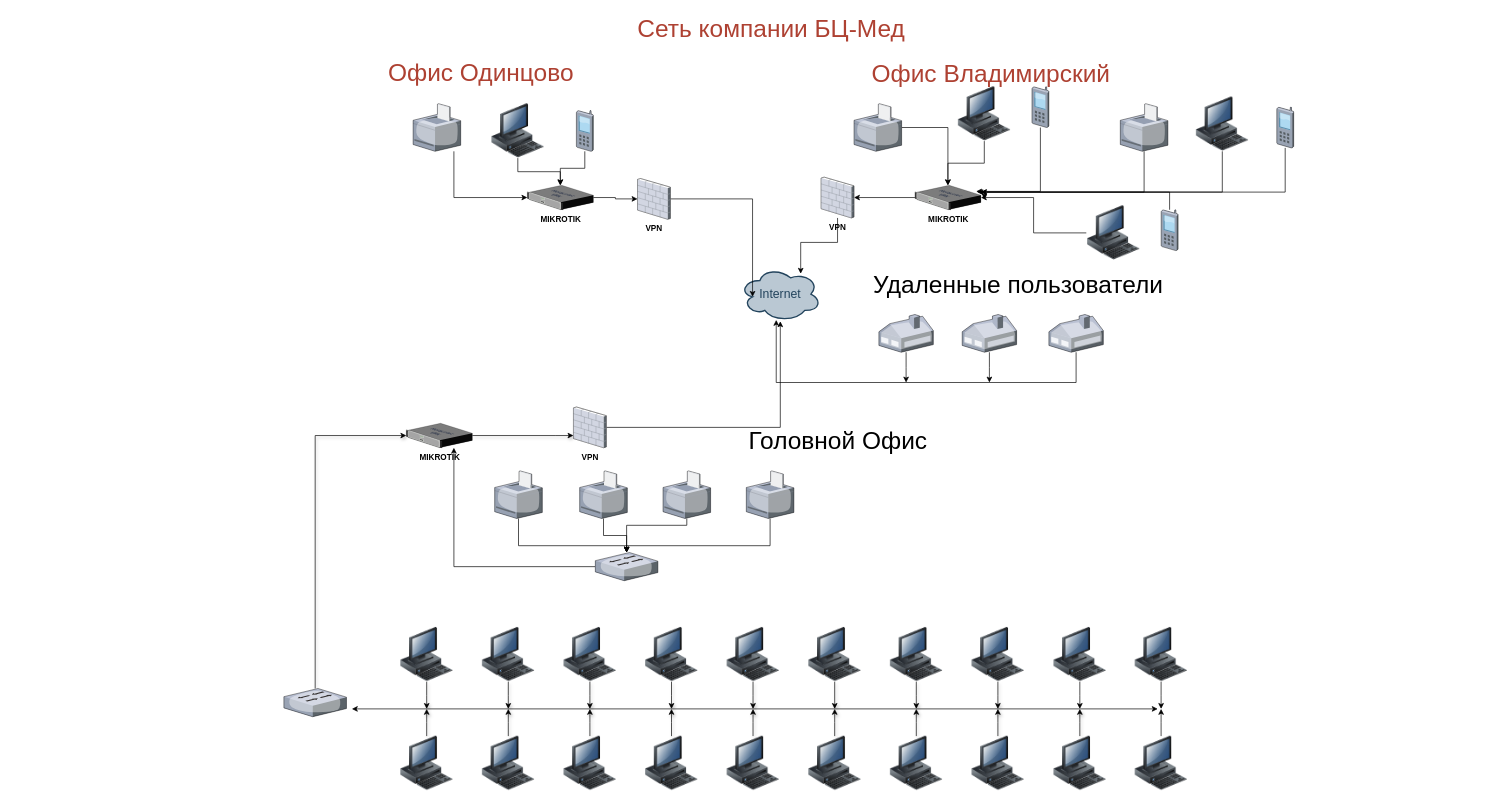
The draw.io diagram Untitled Diagram.drawio in bad-us/Vadim, before the edit. Source tidied: cells renumbered, new cells numbered last; positions are measured from the earlier drawing's top-left corner, leaving out a move shared by most shapes. Both pictures are drawn from the tidied source at 68%, with x=0, y=0 at pixel (12, 12).
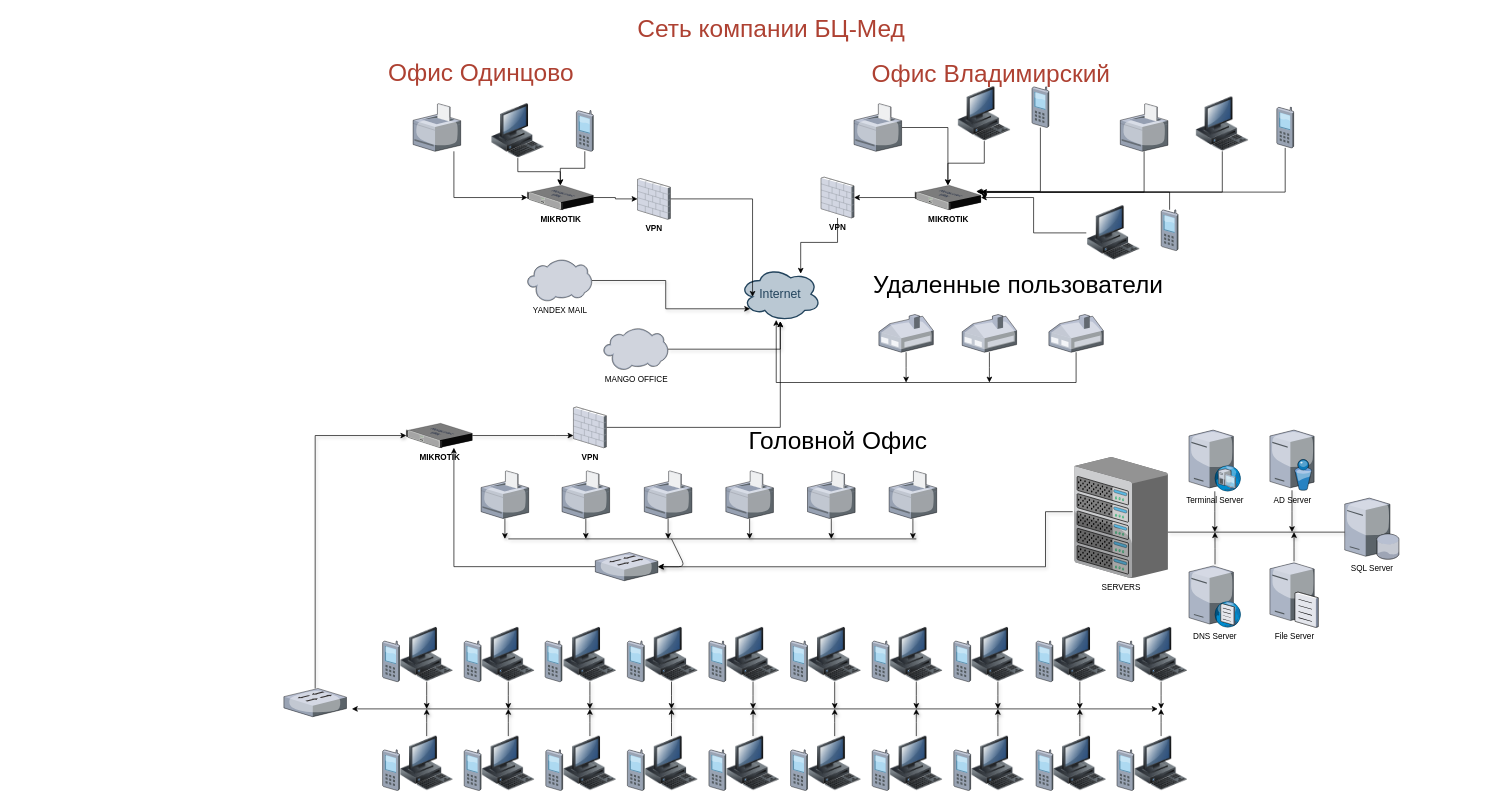
Above is the later version.

Unchanged cells that the change refers to:
```xml
<mxCell id="2" value="Internet" style="ellipse;shape=cloud;whiteSpace=wrap;html=1;shadow=0;strokeColor=#23445D;fillColor=#BAC8D3;gradientColor=none;fontSize=18;fontColor=#23445D;gradientDirection=north;fontStyle=0;strokeWidth=2;" parent="1" vertex="1">
  <mxGeometry x="1070" y="375" width="120" height="80" as="geometry" />
</mxCell>
<mxCell id="57" style="verticalLabelPosition=bottom;html=1;verticalAlign=top;strokeColor=none;align=center;outlineConnect=0;shape=mxgraph.citrix.switch;" parent="1" vertex="1">
  <mxGeometry x="858" y="795" width="92" height="41.5" as="geometry" />
</mxCell>
```

The edit, as a diff of the source:
```diff
@@
-    <mxCell id="41" style="edgeStyle=orthogonalEdgeStyle;rounded=0;jettySize=auto;html=1;" parent="1" edge="1" source="42" target="57">
-      <mxGeometry relative="1" as="geometry">
-        <Array as="points">
-          <mxPoint x="745" y="785" />
-          <mxPoint x="904" y="785" />
-        </Array>
-      </mxGeometry>
-    </mxCell>
+    <mxCell id="102" style="edgeStyle=orthogonalEdgeStyle;rounded=0;jettySize=auto;html=1;shadow=1;" parent="1" edge="1" source="42">
+      <mxGeometry relative="1" as="geometry">
+        <mxPoint x="725" y="775" as="targetPoint" />
+      </mxGeometry>
+    </mxCell>
     <mxCell id="42" style="verticalLabelPosition=bottom;html=1;verticalAlign=top;strokeColor=none;align=center;outlineConnect=0;shape=mxgraph.citrix.printer;" parent="1" vertex="1">
-      <mxGeometry x="710" y="675" width="70" height="70" as="geometry" />
+      <mxGeometry x="690" y="675" width="70" height="70" as="geometry" />
     </mxCell>
-    <mxCell id="43" style="edgeStyle=orthogonalEdgeStyle;rounded=0;jettySize=auto;html=1;" parent="1" edge="1" source="44" target="57">
-      <mxGeometry relative="1" as="geometry" />
-    </mxCell>
+    <mxCell id="103" style="edgeStyle=orthogonalEdgeStyle;rounded=0;jettySize=auto;html=1;shadow=1;" parent="1" edge="1" source="44">
+      <mxGeometry relative="1" as="geometry">
+        <mxPoint x="844" y="775" as="targetPoint" />
+      </mxGeometry>
+    </mxCell>
     <mxCell id="44" style="verticalLabelPosition=bottom;html=1;verticalAlign=top;strokeColor=none;align=center;outlineConnect=0;shape=mxgraph.citrix.printer;" parent="1" vertex="1">
-      <mxGeometry x="835" y="675" width="70" height="70" as="geometry" />
+      <mxGeometry x="809" y="675" width="70" height="70" as="geometry" />
     </mxCell>
-    <mxCell id="45" style="edgeStyle=orthogonalEdgeStyle;rounded=0;jettySize=auto;html=1;" parent="1" edge="1" source="46" target="57">
-      <mxGeometry relative="1" as="geometry">
-        <Array as="points">
-          <mxPoint x="993" y="755" />
-          <mxPoint x="904" y="755" />
-        </Array>
-      </mxGeometry>
-    </mxCell>
+    <mxCell id="104" style="edgeStyle=orthogonalEdgeStyle;rounded=0;jettySize=auto;html=1;shadow=1;" parent="1" edge="1" source="46">
+      <mxGeometry relative="1" as="geometry">
+        <mxPoint x="965" y="775" as="targetPoint" />
+      </mxGeometry>
+    </mxCell>
     <mxCell id="46" style="verticalLabelPosition=bottom;html=1;verticalAlign=top;strokeColor=none;align=center;outlineConnect=0;shape=mxgraph.citrix.printer;" parent="1" vertex="1">
-      <mxGeometry x="957.5" y="675" width="70" height="70" as="geometry" />
+      <mxGeometry x="930" y="675" width="70" height="70" as="geometry" />
     </mxCell>
-    <mxCell id="47" style="edgeStyle=orthogonalEdgeStyle;rounded=0;jettySize=auto;html=1;" parent="1" edge="1" source="48" target="57">
-      <mxGeometry relative="1" as="geometry">
-        <Array as="points">
-          <mxPoint x="1115" y="785" />
-          <mxPoint x="904" y="785" />
-        </Array>
-      </mxGeometry>
-    </mxCell>
+    <mxCell id="105" style="edgeStyle=orthogonalEdgeStyle;rounded=0;jettySize=auto;html=1;shadow=1;" parent="1" edge="1" source="48">
+      <mxGeometry relative="1" as="geometry">
+        <mxPoint x="1084.9" y="775" as="targetPoint" />
+      </mxGeometry>
+    </mxCell>
     <mxCell id="48" style="verticalLabelPosition=bottom;html=1;verticalAlign=top;strokeColor=none;align=center;outlineConnect=0;shape=mxgraph.citrix.printer;" parent="1" vertex="1">
-      <mxGeometry x="1080" y="675" width="70" height="70" as="geometry" />
+      <mxGeometry x="1049.9" y="675" width="70" height="70" as="geometry" />
     </mxCell>
@@
+    <mxCell id="106" style="verticalLabelPosition=bottom;html=1;verticalAlign=top;strokeColor=none;align=center;shape=mxgraph.citrix.cell_phone;" parent="1" vertex="1">
+      <mxGeometry x="1145" y="925" width="25" height="60" as="geometry" />
+    </mxCell>
+    <mxCell id="107" style="verticalLabelPosition=bottom;html=1;verticalAlign=top;strokeColor=none;align=center;shape=mxgraph.citrix.cell_phone;" parent="1" vertex="1">
+      <mxGeometry x="545" y="925" width="25" height="60" as="geometry" />
+    </mxCell>
+    <mxCell id="108" style="verticalLabelPosition=bottom;html=1;verticalAlign=top;strokeColor=none;align=center;shape=mxgraph.citrix.cell_phone;" parent="1" vertex="1">
+      <mxGeometry x="545" y="1085" width="25" height="60" as="geometry" />
+    </mxCell>
+    <mxCell id="109" style="verticalLabelPosition=bottom;html=1;verticalAlign=top;strokeColor=none;align=center;shape=mxgraph.citrix.cell_phone;" parent="1" vertex="1">
+      <mxGeometry x="665" y="925" width="25" height="60" as="geometry" />
+    </mxCell>
+    <mxCell id="110" style="verticalLabelPosition=bottom;html=1;verticalAlign=top;strokeColor=none;align=center;shape=mxgraph.citrix.cell_phone;" parent="1" vertex="1">
+      <mxGeometry x="784" y="925" width="25" height="60" as="geometry" />
+    </mxCell>
+    <mxCell id="111" style="verticalLabelPosition=bottom;html=1;verticalAlign=top;strokeColor=none;align=center;shape=mxgraph.citrix.cell_phone;" parent="1" vertex="1">
+      <mxGeometry x="905" y="925" width="25" height="60" as="geometry" />
+    </mxCell>
+    <mxCell id="112" style="verticalLabelPosition=bottom;html=1;verticalAlign=top;strokeColor=none;align=center;shape=mxgraph.citrix.cell_phone;" parent="1" vertex="1">
+      <mxGeometry x="1024.9" y="925" width="25" height="60" as="geometry" />
+    </mxCell>
+    <mxCell id="113" style="verticalLabelPosition=bottom;html=1;verticalAlign=top;strokeColor=none;align=center;shape=mxgraph.citrix.cell_phone;" parent="1" vertex="1">
+      <mxGeometry x="665" y="1085" width="25" height="60" as="geometry" />
+    </mxCell>
+    <mxCell id="114" style="verticalLabelPosition=bottom;html=1;verticalAlign=top;strokeColor=none;align=center;shape=mxgraph.citrix.cell_phone;" parent="1" vertex="1">
+      <mxGeometry x="785" y="1085" width="25" height="60" as="geometry" />
+    </mxCell>
+    <mxCell id="115" style="verticalLabelPosition=bottom;html=1;verticalAlign=top;strokeColor=none;align=center;shape=mxgraph.citrix.cell_phone;" parent="1" vertex="1">
+      <mxGeometry x="905" y="1085" width="25" height="60" as="geometry" />
+    </mxCell>
+    <mxCell id="116" style="verticalLabelPosition=bottom;html=1;verticalAlign=top;strokeColor=none;align=center;shape=mxgraph.citrix.cell_phone;" parent="1" vertex="1">
+      <mxGeometry x="1024.9" y="1085" width="25" height="60" as="geometry" />
+    </mxCell>
+    <mxCell id="117" style="verticalLabelPosition=bottom;html=1;verticalAlign=top;strokeColor=none;align=center;shape=mxgraph.citrix.cell_phone;" parent="1" vertex="1">
+      <mxGeometry x="1145" y="1085" width="25" height="60" as="geometry" />
+    </mxCell>
+    <mxCell id="118" style="verticalLabelPosition=bottom;html=1;verticalAlign=top;strokeColor=none;align=center;shape=mxgraph.citrix.cell_phone;" parent="1" vertex="1">
+      <mxGeometry x="1265" y="925" width="25" height="60" as="geometry" />
+    </mxCell>
+    <mxCell id="119" style="verticalLabelPosition=bottom;html=1;verticalAlign=top;strokeColor=none;align=center;shape=mxgraph.citrix.cell_phone;" parent="1" vertex="1">
+      <mxGeometry x="1265" y="1085" width="25" height="60" as="geometry" />
+    </mxCell>
+    <mxCell id="120" style="verticalLabelPosition=bottom;html=1;verticalAlign=top;strokeColor=none;align=center;shape=mxgraph.citrix.cell_phone;" parent="1" vertex="1">
+      <mxGeometry x="1385" y="925" width="25" height="60" as="geometry" />
+    </mxCell>
+    <mxCell id="121" style="verticalLabelPosition=bottom;html=1;verticalAlign=top;strokeColor=none;align=center;shape=mxgraph.citrix.cell_phone;" parent="1" vertex="1">
+      <mxGeometry x="1385" y="1085" width="25" height="60" as="geometry" />
+    </mxCell>
+    <mxCell id="122" style="verticalLabelPosition=bottom;html=1;verticalAlign=top;strokeColor=none;align=center;shape=mxgraph.citrix.cell_phone;" parent="1" vertex="1">
+      <mxGeometry x="1506" y="925" width="25" height="60" as="geometry" />
+    </mxCell>
+    <mxCell id="123" style="verticalLabelPosition=bottom;html=1;verticalAlign=top;strokeColor=none;align=center;shape=mxgraph.citrix.cell_phone;" parent="1" vertex="1">
+      <mxGeometry x="1506" y="1085" width="25" height="60" as="geometry" />
+    </mxCell>
+    <mxCell id="124" style="verticalLabelPosition=bottom;html=1;verticalAlign=top;strokeColor=none;align=center;shape=mxgraph.citrix.cell_phone;" parent="1" vertex="1">
+      <mxGeometry x="1625" y="925" width="25" height="60" as="geometry" />
+    </mxCell>
+    <mxCell id="125" style="verticalLabelPosition=bottom;html=1;verticalAlign=top;strokeColor=none;align=center;shape=mxgraph.citrix.cell_phone;" parent="1" vertex="1">
+      <mxGeometry x="1625" y="1085" width="25" height="60" as="geometry" />
+    </mxCell>
+    <mxCell id="126" style="edgeStyle=orthogonalEdgeStyle;rounded=0;jettySize=auto;html=1;shadow=1;" parent="1" edge="1" source="127">
+      <mxGeometry relative="1" as="geometry">
+        <mxPoint x="1205" y="775" as="targetPoint" />
+      </mxGeometry>
+    </mxCell>
+    <mxCell id="127" style="verticalLabelPosition=bottom;html=1;verticalAlign=top;strokeColor=none;align=center;outlineConnect=0;shape=mxgraph.citrix.printer;" parent="1" vertex="1">
+      <mxGeometry x="1170" y="675" width="70" height="70" as="geometry" />
+    </mxCell>
+    <mxCell id="128" style="edgeStyle=orthogonalEdgeStyle;rounded=0;jettySize=auto;html=1;shadow=1;" parent="1" edge="1" source="129">
+      <mxGeometry relative="1" as="geometry">
+        <mxPoint x="1325" y="775" as="targetPoint" />
+      </mxGeometry>
+    </mxCell>
+    <mxCell id="129" style="verticalLabelPosition=bottom;html=1;verticalAlign=top;strokeColor=none;align=center;outlineConnect=0;shape=mxgraph.citrix.printer;" parent="1" vertex="1">
+      <mxGeometry x="1290" y="675" width="70" height="70" as="geometry" />
+    </mxCell>
+    <mxCell id="130" style="endArrow=none;html=1;shadow=1;" parent="1" edge="1">
+      <mxGeometry relative="1" as="geometry">
+        <mxPoint x="730" y="775" as="sourcePoint" />
+        <mxPoint x="1330" y="775" as="targetPoint" />
+      </mxGeometry>
+    </mxCell>
+    <mxCell id="131" style="endArrow=classic;html=1;shadow=1;" parent="1" edge="1" target="57">
+      <mxGeometry relative="1" as="geometry">
+        <mxPoint x="970" y="775" as="sourcePoint" />
+        <Array as="points">
+          <mxPoint x="990" y="816" />
+        </Array>
+      </mxGeometry>
+    </mxCell>
+    <mxCell id="132" style="edgeStyle=orthogonalEdgeStyle;rounded=0;jettySize=auto;html=1;shadow=1;" parent="1" edge="1" target="57">
+      <mxGeometry relative="1" as="geometry">
+        <mxPoint x="1560" y="735" as="sourcePoint" />
+        <Array as="points">
+          <mxPoint x="1520" y="816" />
+        </Array>
+      </mxGeometry>
+    </mxCell>
+    <mxCell id="133" value="SERVERS" style="verticalLabelPosition=bottom;html=1;verticalAlign=top;strokeColor=none;align=center;outlineConnect=0;shape=mxgraph.citrix.chassis;" parent="1" vertex="1">
+      <mxGeometry x="1562.5" y="655" width="137.5" height="177.5" as="geometry" />
+    </mxCell>
+    <mxCell id="134" style="edgeStyle=orthogonalEdgeStyle;rounded=0;jettySize=auto;html=1;shadow=1;" parent="1" edge="1" source="135">
+      <mxGeometry relative="1" as="geometry">
+        <mxPoint x="1769" y="765" as="targetPoint" />
+      </mxGeometry>
+    </mxCell>
+    <mxCell id="135" value="&lt;div&gt;Terminal Server&lt;/div&gt;" style="verticalLabelPosition=bottom;html=1;verticalAlign=top;strokeColor=none;align=center;outlineConnect=0;shape=mxgraph.citrix.dhcp_server;" parent="1" vertex="1">
+      <mxGeometry x="1731" y="615" width="76" height="90" as="geometry" />
+    </mxCell>
+    <mxCell id="136" style="edgeStyle=orthogonalEdgeStyle;rounded=0;jettySize=auto;html=1;shadow=1;" parent="1" edge="1" source="137">
+      <mxGeometry relative="1" as="geometry">
+        <mxPoint x="1882.5" y="765" as="targetPoint" />
+      </mxGeometry>
+    </mxCell>
+    <mxCell id="137" value="AD Server" style="verticalLabelPosition=bottom;html=1;verticalAlign=top;strokeColor=none;align=center;outlineConnect=0;shape=mxgraph.citrix.directory_server;" parent="1" vertex="1">
+      <mxGeometry x="1850" y="615" width="65" height="88.5" as="geometry" />
+    </mxCell>
+    <mxCell id="138" style="edgeStyle=orthogonalEdgeStyle;rounded=0;jettySize=auto;html=1;shadow=1;" parent="1" edge="1" source="139">
+      <mxGeometry relative="1" as="geometry">
+        <mxPoint x="1769.2" y="765" as="targetPoint" />
+      </mxGeometry>
+    </mxCell>
+    <mxCell id="139" value="&lt;div&gt;DNS Server&lt;/div&gt;" style="verticalLabelPosition=bottom;html=1;verticalAlign=top;strokeColor=none;align=center;outlineConnect=0;shape=mxgraph.citrix.dns_server;" parent="1" vertex="1">
+      <mxGeometry x="1731" y="812.5" width="76.5" height="92.5" as="geometry" />
+    </mxCell>
+    <mxCell id="140" style="edgeStyle=orthogonalEdgeStyle;rounded=0;jettySize=auto;html=1;shadow=1;" parent="1" edge="1" source="141">
+      <mxGeometry relative="1" as="geometry">
+        <mxPoint x="1885.5" y="765" as="targetPoint" />
+      </mxGeometry>
+    </mxCell>
+    <mxCell id="141" value="&lt;div&gt;File Server&lt;/div&gt;" style="verticalLabelPosition=bottom;html=1;verticalAlign=top;strokeColor=none;align=center;outlineConnect=0;shape=mxgraph.citrix.file_server;" parent="1" vertex="1">
+      <mxGeometry x="1850" y="808" width="71" height="97" as="geometry" />
+    </mxCell>
+    <mxCell id="142" value="SQL Server" style="verticalLabelPosition=bottom;html=1;verticalAlign=top;strokeColor=none;align=center;outlineConnect=0;shape=mxgraph.citrix.database_server;" parent="1" vertex="1">
+      <mxGeometry x="1960" y="715" width="80" height="90" as="geometry" />
+    </mxCell>
+    <mxCell id="143" style="endArrow=none;html=1;shadow=1;exitX=0;exitY=0.556;exitDx=0;exitDy=0;exitPerimeter=0;entryX=1;entryY=0.62;entryDx=0;entryDy=0;entryPerimeter=0;" parent="1" edge="1" source="142" target="133">
+      <mxGeometry relative="1" as="geometry" />
+    </mxCell>
+    <mxCell id="144" style="edgeStyle=orthogonalEdgeStyle;rounded=0;jettySize=auto;html=1;entryX=0.13;entryY=0.77;entryDx=0;entryDy=0;entryPerimeter=0;shadow=1;" parent="1" edge="1" source="145" target="2">
+      <mxGeometry relative="1" as="geometry" />
+    </mxCell>
+    <mxCell id="145" value="YANDEX MAIL" style="verticalLabelPosition=bottom;html=1;verticalAlign=top;strokeColor=none;align=center;outlineConnect=0;shape=mxgraph.citrix.cloud;" parent="1" vertex="1">
+      <mxGeometry x="758" y="364" width="95" height="62" as="geometry" />
+    </mxCell>
+    <mxCell id="146" style="edgeStyle=orthogonalEdgeStyle;rounded=0;jettySize=auto;html=1;shadow=1;" parent="1" edge="1" source="147" target="2">
+      <mxGeometry relative="1" as="geometry" />
+    </mxCell>
+    <mxCell id="147" value="&lt;div&gt;MANGO OFFICE&lt;/div&gt;" style="verticalLabelPosition=bottom;html=1;verticalAlign=top;strokeColor=none;align=center;outlineConnect=0;shape=mxgraph.citrix.cloud;" parent="1" vertex="1">
+      <mxGeometry x="870" y="465" width="95" height="62" as="geometry" />
+    </mxCell>
```
